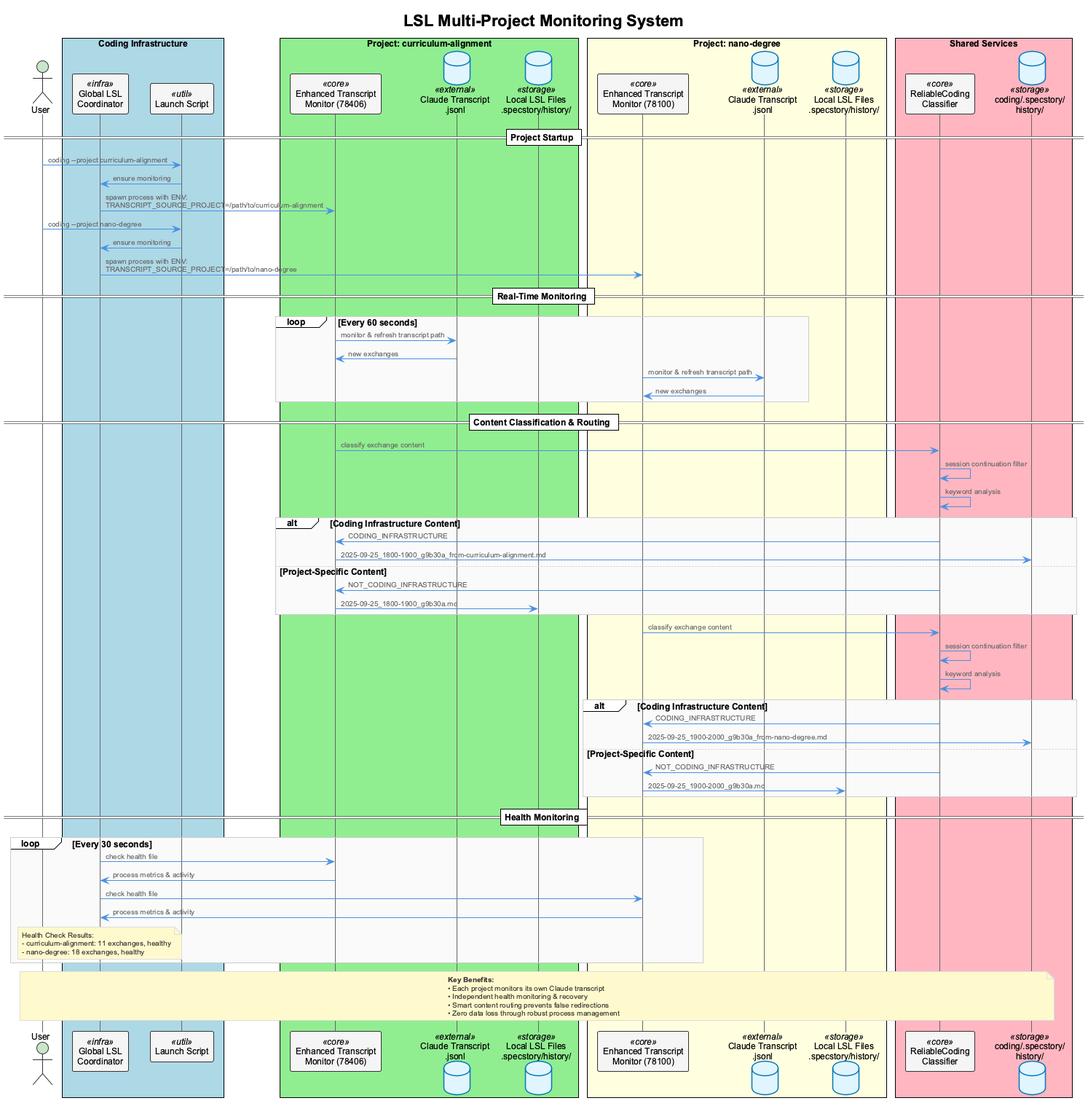
This is docs/images/lsl-multi-project-architecture.png from davidraehles/agentic-coding-framework, a PlantUML export, as it was before one commit.
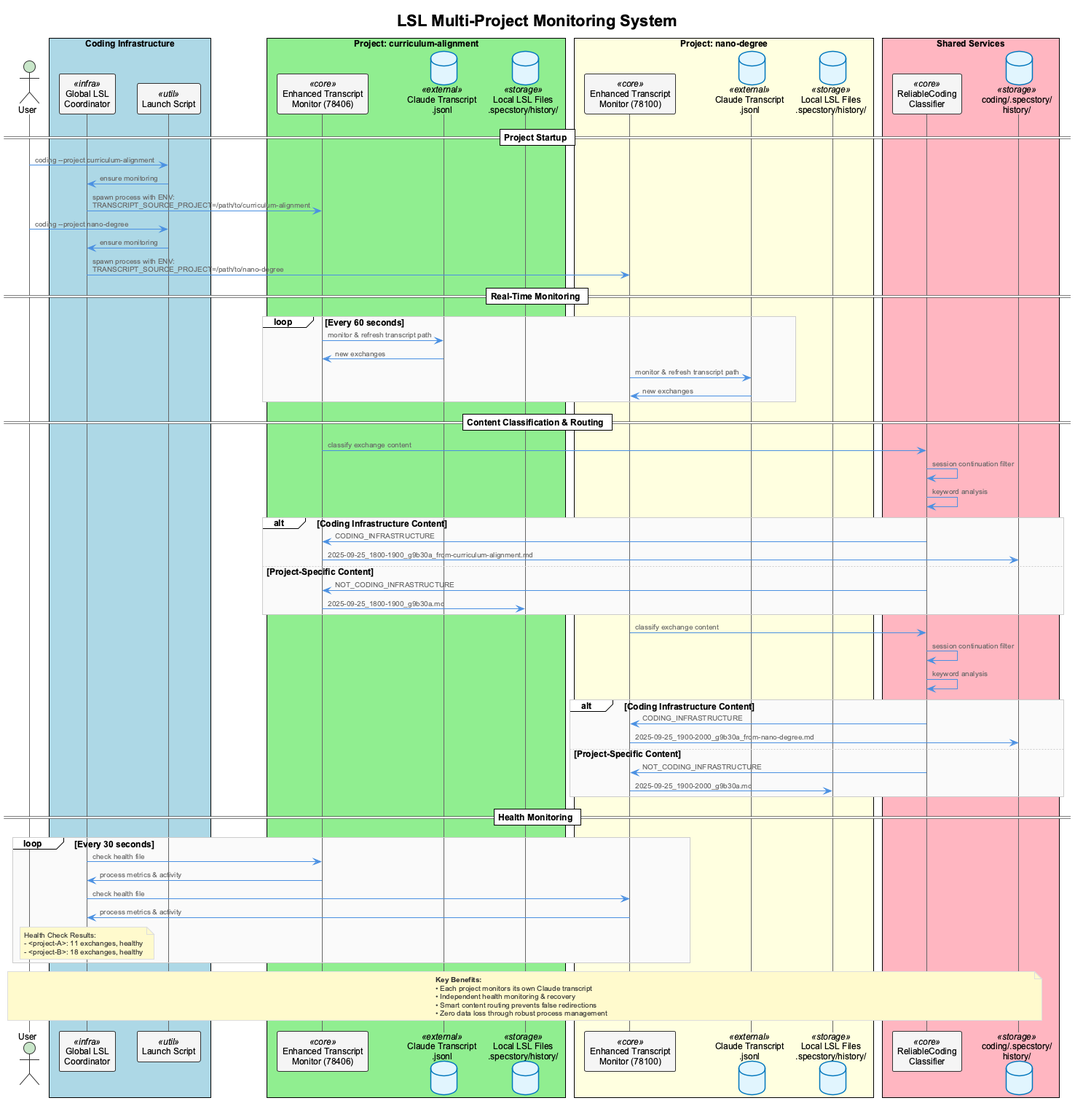
The same diagram one commit later.

The edit, as a diff of the source:
```diff
@@ -78,8 +78,8 @@
 
   note over glc
     Health Check Results:
-    - curriculum-alignment: 11 exchanges, healthy
-    - nano-degree: 18 exchanges, healthy
+    - <project-A>: 11 exchanges, healthy
+    - <project-B>: 18 exchanges, healthy
   end note
 end
 
```
